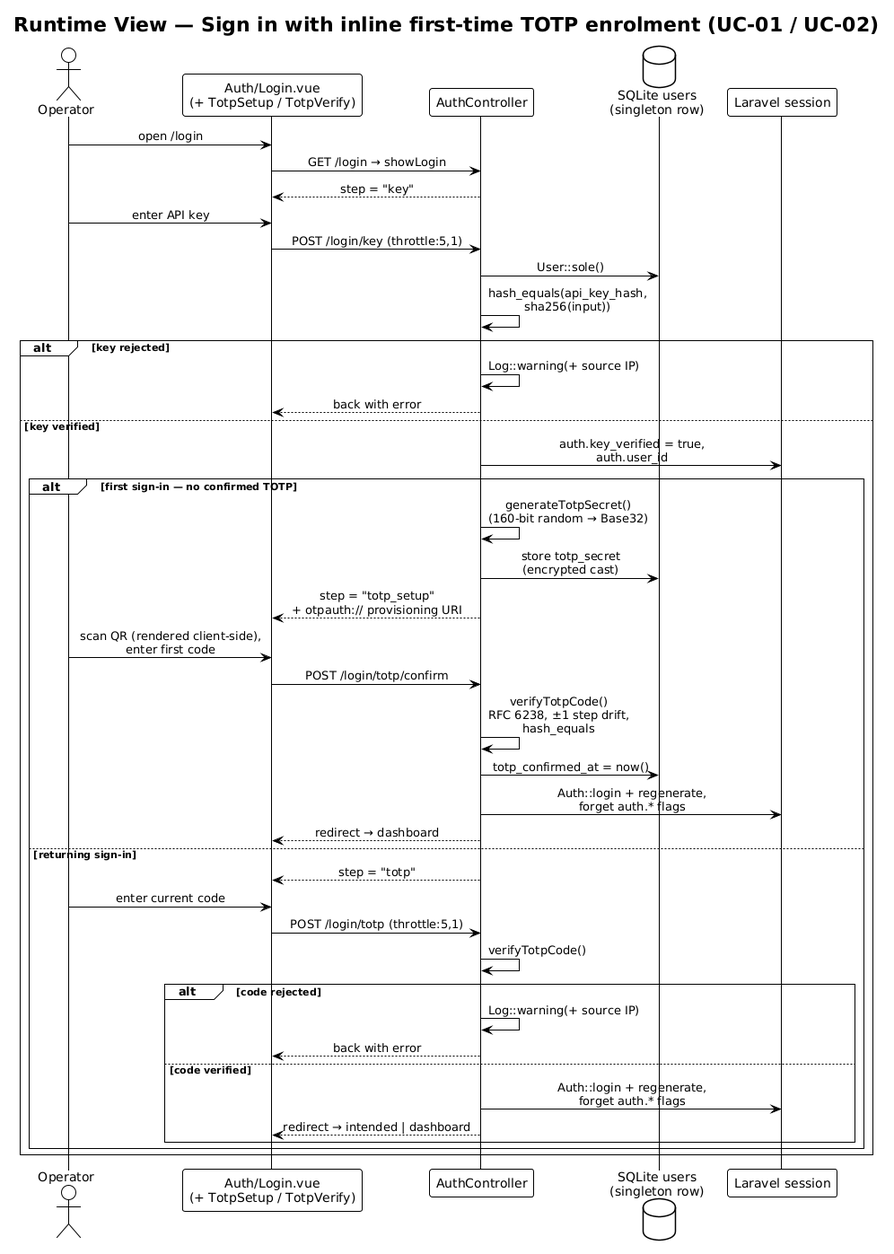
carstenlucke/herold keeps this PlantUML diagram as docs/arch/diagrams-png/a06-sign-in.png. Above is the earlier version.
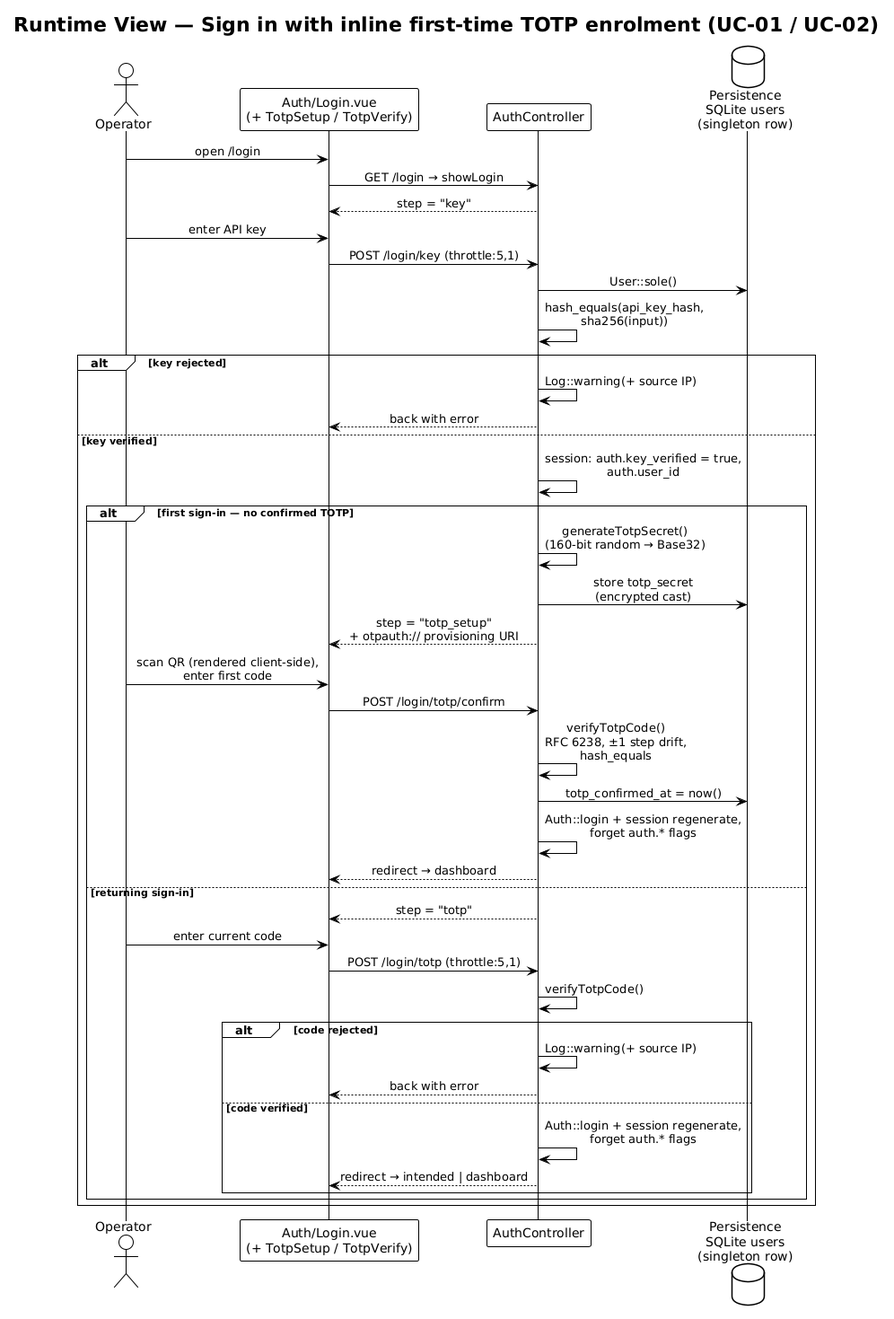
After the commit.

What changed in the source:
```diff
@@ -7,8 +7,7 @@
 actor Operator as op
 participant "Auth/Login.vue\n(+ TotpSetup / TotpVerify)" as ui
 participant "AuthController" as auth
-database "SQLite users\n(singleton row)" as db
-participant "Laravel session" as sess
+database "Persistence\nSQLite users\n(singleton row)" as db
 
 op -> ui : open /login
 ui -> auth : GET /login → showLogin
@@ -23,7 +22,7 @@
   auth -> auth : Log::warning(+ source IP)
   auth --> ui : back with error
 else key verified
-  auth -> sess : auth.key_verified = true,\nauth.user_id
+  auth -> auth : session: auth.key_verified = true,\nauth.user_id
   alt first sign-in — no confirmed TOTP
     auth -> auth : generateTotpSecret()\n(160-bit random → Base32)
     auth -> db : store totp_secret\n(encrypted cast)
@@ -32,7 +31,7 @@
     ui -> auth : POST /login/totp/confirm
     auth -> auth : verifyTotpCode()\nRFC 6238, ±1 step drift,\nhash_equals
     auth -> db : totp_confirmed_at = now()
-    auth -> sess : Auth::login + regenerate,\nforget auth.* flags
+    auth -> auth : Auth::login + session regenerate,\nforget auth.* flags
     auth --> ui : redirect → dashboard
   else returning sign-in
     auth --> ui : step = "totp"
@@ -43,7 +42,7 @@
       auth -> auth : Log::warning(+ source IP)
       auth --> ui : back with error
     else code verified
-      auth -> sess : Auth::login + regenerate,\nforget auth.* flags
+      auth -> auth : Auth::login + session regenerate,\nforget auth.* flags
       auth --> ui : redirect → intended | dashboard
     end
   end
```
